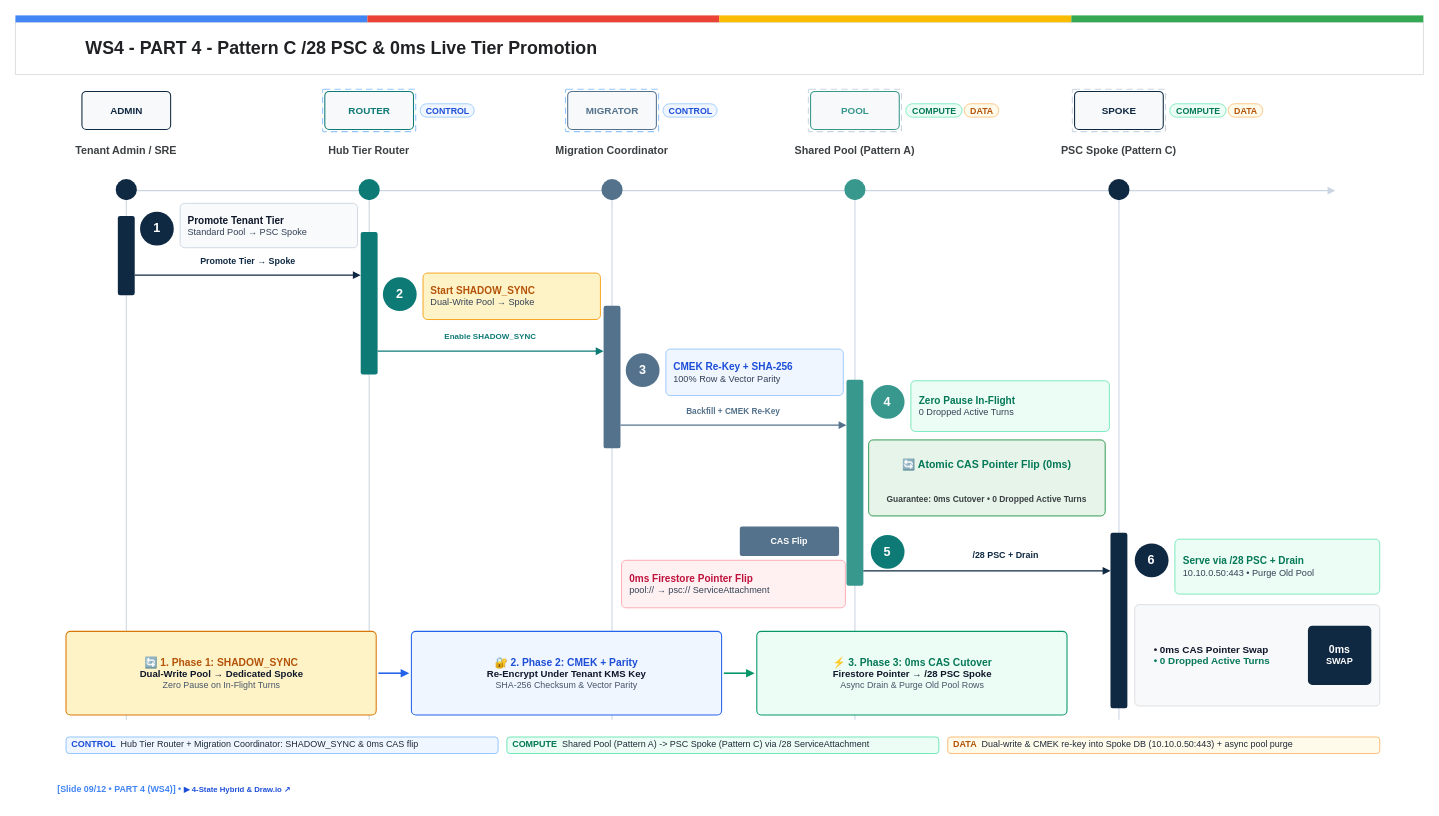
The draw.io diagram diagrams/compendium/drawio/ws4-c4-l3-live-tier-promotion-swimlane.drawio in nitinaggarwal-12/blogs, before the edit. Source tidied: cells renumbered, new cells numbered last; positions are measured from the earlier drawing's top-left corner, leaving out a move shared by most shapes. Both pictures are drawn from the tidied source at 88%, with x=0, y=0 at pixel (15, 15).
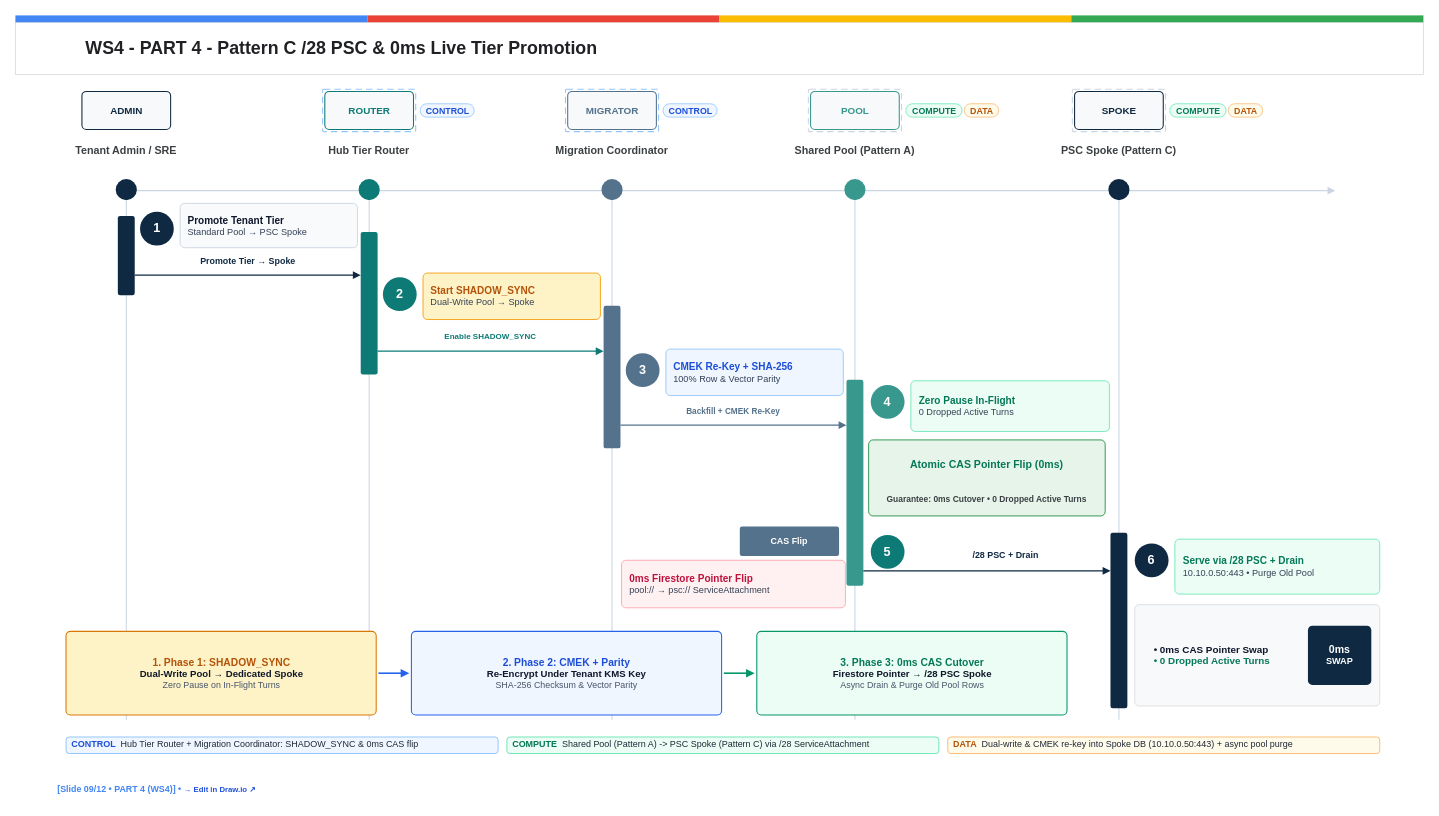
After the change.

Change to the diagram source:
```diff
@@
-    <mxCell id="58" value="&lt;div style=&quot;line-height:1.06;margin:0;padding:0;&quot;&gt;&lt;span style=&quot;font-size:12.0px;color:#047857;&quot;&gt;&lt;b&gt;🔄 Atomic CAS Pointer Flip (0ms)&lt;/b&gt;&lt;/span&gt;&lt;/div&gt;" style="html=1;whiteSpace=wrap;rounded=0;fillColor=none;strokeColor=none;fontColor=#047857;fontSize=12.0;align=center;verticalAlign=middle;spacing=0;spacingLeft=12;spacingRight=12;spacingTop=6;spacingBottom=6;" parent="1" vertex="1">
+    <mxCell id="58" value="&lt;div style=&quot;line-height:1.06;margin:0;padding:0;&quot;&gt;&lt;span style=&quot;font-size:12.0px;color:#047857;&quot;&gt;&lt;b&gt;Atomic CAS Pointer Flip (0ms)&lt;/b&gt;&lt;/span&gt;&lt;/div&gt;" style="html=1;whiteSpace=wrap;rounded=0;fillColor=none;strokeColor=none;fontColor=#047857;fontSize=12.0;align=center;verticalAlign=middle;spacing=0;spacingLeft=12;spacingRight=12;spacingTop=6;spacingBottom=6;" parent="1" vertex="1">
       <mxGeometry x="976.8" y="487.2" width="254.4" height="48" as="geometry" />
     </mxCell>
@@
-    <mxCell id="74" value="&lt;div style=&quot;line-height:1.06;margin:0;padding:0;&quot;&gt;&lt;span style=&quot;font-size:10.1px;color:#4285F4;&quot;&gt;&lt;b&gt;[Slide 09/12 • PART 4 (WS4)]  •  &lt;/b&gt;&lt;/span&gt;&lt;span style=&quot;font-size:8.8px;color:#1D4ED8;&quot;&gt;&lt;b&gt;▶ 4-State Hybrid &amp;amp; Draw.io ↗&lt;/b&gt;&lt;/span&gt;&lt;/div&gt;" style="html=1;whiteSpace=wrap;rounded=0;fillColor=none;strokeColor=none;fontColor=#4285F4;fontSize=10.1;align=left;verticalAlign=middle;spacing=0;spacingLeft=0;spacingRight=0;spacingTop=0;spacingBottom=0;" parent="1" vertex="1">
+    <mxCell id="74" value="&lt;div style=&quot;line-height:1.06;margin:0;padding:0;&quot;&gt;&lt;span style=&quot;font-size:10.1px;color:#4285F4;&quot;&gt;&lt;b&gt;[Slide 09/12 • PART 4 (WS4)]  •  &lt;/b&gt;&lt;/span&gt;&lt;span style=&quot;font-size:8.8px;color:#1D4ED8;&quot;&gt;&lt;b&gt;→ Edit in Draw.io ↗&lt;/b&gt;&lt;/span&gt;&lt;/div&gt;" style="html=1;whiteSpace=wrap;rounded=0;fillColor=none;strokeColor=none;fontColor=#4285F4;fontSize=10.1;align=left;verticalAlign=middle;spacing=0;spacingLeft=0;spacingRight=0;spacingTop=0;spacingBottom=0;" parent="1" vertex="1">
       <mxGeometry x="48" y="866.4" width="1504" height="26.4" as="geometry" />
     </mxCell>
-    <mxCell id="75" value="&lt;div style=&quot;line-height:1.06;margin:0;padding:0;&quot;&gt;&lt;span style=&quot;font-size:11.7px;color:#B45309;&quot;&gt;&lt;b&gt;🔄 1. Phase 1: SHADOW_SYNC&lt;/b&gt;&lt;/span&gt;&lt;/div&gt;&lt;div style=&quot;line-height:1.06;margin:0;padding:0;&quot;&gt;&lt;span style=&quot;font-size:10.9px;color:#0F172A;&quot;&gt;&lt;b&gt;Dual-Write Pool → Dedicated Spoke&lt;/b&gt;&lt;/span&gt;&lt;/div&gt;&lt;div style=&quot;line-height:1.06;margin:0;padding:0;&quot;&gt;&lt;span style=&quot;font-size:10.1px;color:#475569;&quot;&gt;Zero Pause on In-Flight Turns&lt;/span&gt;&lt;/div&gt;" style="html=1;whiteSpace=wrap;rounded=1;absoluteArcSize=1;arcSize=10;fillColor=#FEF3C7;strokeColor=#D97706;strokeWidth=1.2;fontColor=#B45309;fontSize=11.7;align=center;verticalAlign=middle;spacing=0;spacingLeft=10;spacingRight=10;spacingTop=5;spacingBottom=5;" parent="1" vertex="1">
+    <mxCell id="75" value="&lt;div style=&quot;line-height:1.06;margin:0;padding:0;&quot;&gt;&lt;span style=&quot;font-size:11.7px;color:#B45309;&quot;&gt;&lt;b&gt;1. Phase 1: SHADOW_SYNC&lt;/b&gt;&lt;/span&gt;&lt;/div&gt;&lt;div style=&quot;line-height:1.06;margin:0;padding:0;&quot;&gt;&lt;span style=&quot;font-size:10.9px;color:#0F172A;&quot;&gt;&lt;b&gt;Dual-Write Pool → Dedicated Spoke&lt;/b&gt;&lt;/span&gt;&lt;/div&gt;&lt;div style=&quot;line-height:1.06;margin:0;padding:0;&quot;&gt;&lt;span style=&quot;font-size:10.1px;color:#475569;&quot;&gt;Zero Pause on In-Flight Turns&lt;/span&gt;&lt;/div&gt;" style="html=1;whiteSpace=wrap;rounded=1;absoluteArcSize=1;arcSize=10;fillColor=#FEF3C7;strokeColor=#D97706;strokeWidth=1.2;fontColor=#B45309;fontSize=11.7;align=center;verticalAlign=middle;spacing=0;spacingLeft=10;spacingRight=10;spacingTop=5;spacingBottom=5;" parent="1" vertex="1">
       <mxGeometry x="57.5" y="700" width="352.5" height="95" as="geometry" />
     </mxCell>
-    <mxCell id="76" value="&lt;div style=&quot;line-height:1.06;margin:0;padding:0;&quot;&gt;&lt;span style=&quot;font-size:11.7px;color:#1D4ED8;&quot;&gt;&lt;b&gt;🔐 2. Phase 2: CMEK + Parity&lt;/b&gt;&lt;/span&gt;&lt;/div&gt;&lt;div style=&quot;line-height:1.06;margin:0;padding:0;&quot;&gt;&lt;span style=&quot;font-size:10.9px;color:#0F172A;&quot;&gt;&lt;b&gt;Re-Encrypt Under Tenant KMS Key&lt;/b&gt;&lt;/span&gt;&lt;/div&gt;&lt;div style=&quot;line-height:1.06;margin:0;padding:0;&quot;&gt;&lt;span style=&quot;font-size:10.1px;color:#475569;&quot;&gt;SHA-256 Checksum &amp;amp; Vector Parity&lt;/span&gt;&lt;/div&gt;" style="html=1;whiteSpace=wrap;rounded=1;absoluteArcSize=1;arcSize=10;fillColor=#EFF6FF;strokeColor=#2563EB;strokeWidth=1.2;fontColor=#1D4ED8;fontSize=11.7;align=center;verticalAlign=middle;spacing=0;spacingLeft=10;spacingRight=10;spacingTop=5;spacingBottom=5;" parent="1" vertex="1">
+    <mxCell id="76" value="&lt;div style=&quot;line-height:1.06;margin:0;padding:0;&quot;&gt;&lt;span style=&quot;font-size:11.7px;color:#1D4ED8;&quot;&gt;&lt;b&gt;2. Phase 2: CMEK + Parity&lt;/b&gt;&lt;/span&gt;&lt;/div&gt;&lt;div style=&quot;line-height:1.06;margin:0;padding:0;&quot;&gt;&lt;span style=&quot;font-size:10.9px;color:#0F172A;&quot;&gt;&lt;b&gt;Re-Encrypt Under Tenant KMS Key&lt;/b&gt;&lt;/span&gt;&lt;/div&gt;&lt;div style=&quot;line-height:1.06;margin:0;padding:0;&quot;&gt;&lt;span style=&quot;font-size:10.1px;color:#475569;&quot;&gt;SHA-256 Checksum &amp;amp; Vector Parity&lt;/span&gt;&lt;/div&gt;" style="html=1;whiteSpace=wrap;rounded=1;absoluteArcSize=1;arcSize=10;fillColor=#EFF6FF;strokeColor=#2563EB;strokeWidth=1.2;fontColor=#1D4ED8;fontSize=11.7;align=center;verticalAlign=middle;spacing=0;spacingLeft=10;spacingRight=10;spacingTop=5;spacingBottom=5;" parent="1" vertex="1">
       <mxGeometry x="450" y="700" width="352.5" height="95" as="geometry" />
     </mxCell>
-    <mxCell id="77" value="&lt;div style=&quot;line-height:1.06;margin:0;padding:0;&quot;&gt;&lt;span style=&quot;font-size:11.7px;color:#047857;&quot;&gt;&lt;b&gt;⚡ 3. Phase 3: 0ms CAS Cutover&lt;/b&gt;&lt;/span&gt;&lt;/div&gt;&lt;div style=&quot;line-height:1.06;margin:0;padding:0;&quot;&gt;&lt;span style=&quot;font-size:10.9px;color:#0F172A;&quot;&gt;&lt;b&gt;Firestore Pointer → /28 PSC Spoke&lt;/b&gt;&lt;/span&gt;&lt;/div&gt;&lt;div style=&quot;line-height:1.06;margin:0;padding:0;&quot;&gt;&lt;span style=&quot;font-size:10.1px;color:#475569;&quot;&gt;Async Drain &amp;amp; Purge Old Pool Rows&lt;/span&gt;&lt;/div&gt;" style="html=1;whiteSpace=wrap;rounded=1;absoluteArcSize=1;arcSize=10;fillColor=#ECFDF5;strokeColor=#059669;strokeWidth=1.2;fontColor=#047857;fontSize=11.7;align=center;verticalAlign=middle;spacing=0;spacingLeft=10;spacingRight=10;spacingTop=5;spacingBottom=5;" parent="1" vertex="1">
+    <mxCell id="77" value="&lt;div style=&quot;line-height:1.06;margin:0;padding:0;&quot;&gt;&lt;span style=&quot;font-size:11.7px;color:#047857;&quot;&gt;&lt;b&gt;3. Phase 3: 0ms CAS Cutover&lt;/b&gt;&lt;/span&gt;&lt;/div&gt;&lt;div style=&quot;line-height:1.06;margin:0;padding:0;&quot;&gt;&lt;span style=&quot;font-size:10.9px;color:#0F172A;&quot;&gt;&lt;b&gt;Firestore Pointer → /28 PSC Spoke&lt;/b&gt;&lt;/span&gt;&lt;/div&gt;&lt;div style=&quot;line-height:1.06;margin:0;padding:0;&quot;&gt;&lt;span style=&quot;font-size:10.1px;color:#475569;&quot;&gt;Async Drain &amp;amp; Purge Old Pool Rows&lt;/span&gt;&lt;/div&gt;" style="html=1;whiteSpace=wrap;rounded=1;absoluteArcSize=1;arcSize=10;fillColor=#ECFDF5;strokeColor=#059669;strokeWidth=1.2;fontColor=#047857;fontSize=11.7;align=center;verticalAlign=middle;spacing=0;spacingLeft=10;spacingRight=10;spacingTop=5;spacingBottom=5;" parent="1" vertex="1">
       <mxGeometry x="842.5" y="700" width="352.5" height="95" as="geometry" />
     </mxCell>
```
